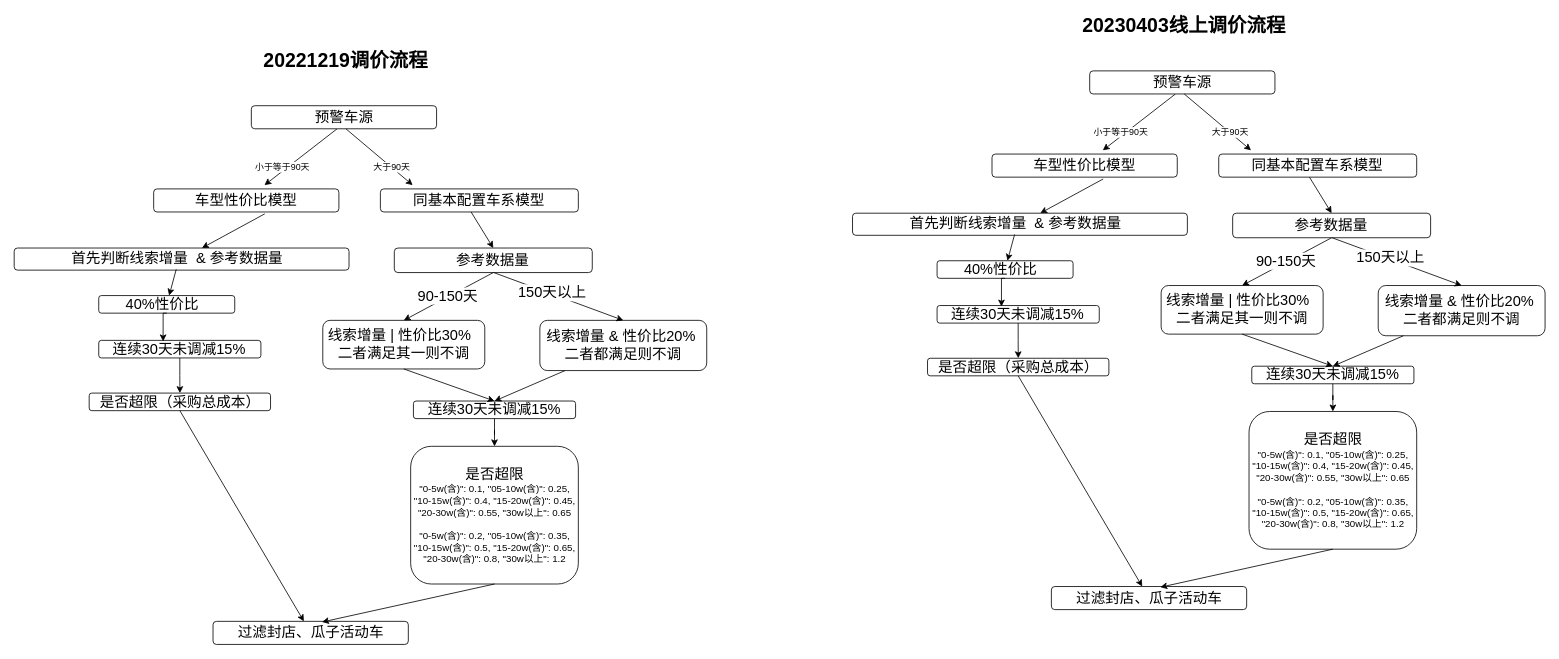
Above: 20221219调价流程.drawio in mrlonely001/gittest (draw.io), before the change. Source tidied: cells renumbered, new cells numbered last; positions are measured from the earlier drawing's top-left corner, leaving out a move shared by most shapes. Both pictures are drawn from the tidied source at 81%, with x=0, y=0 at pixel (14, 14).
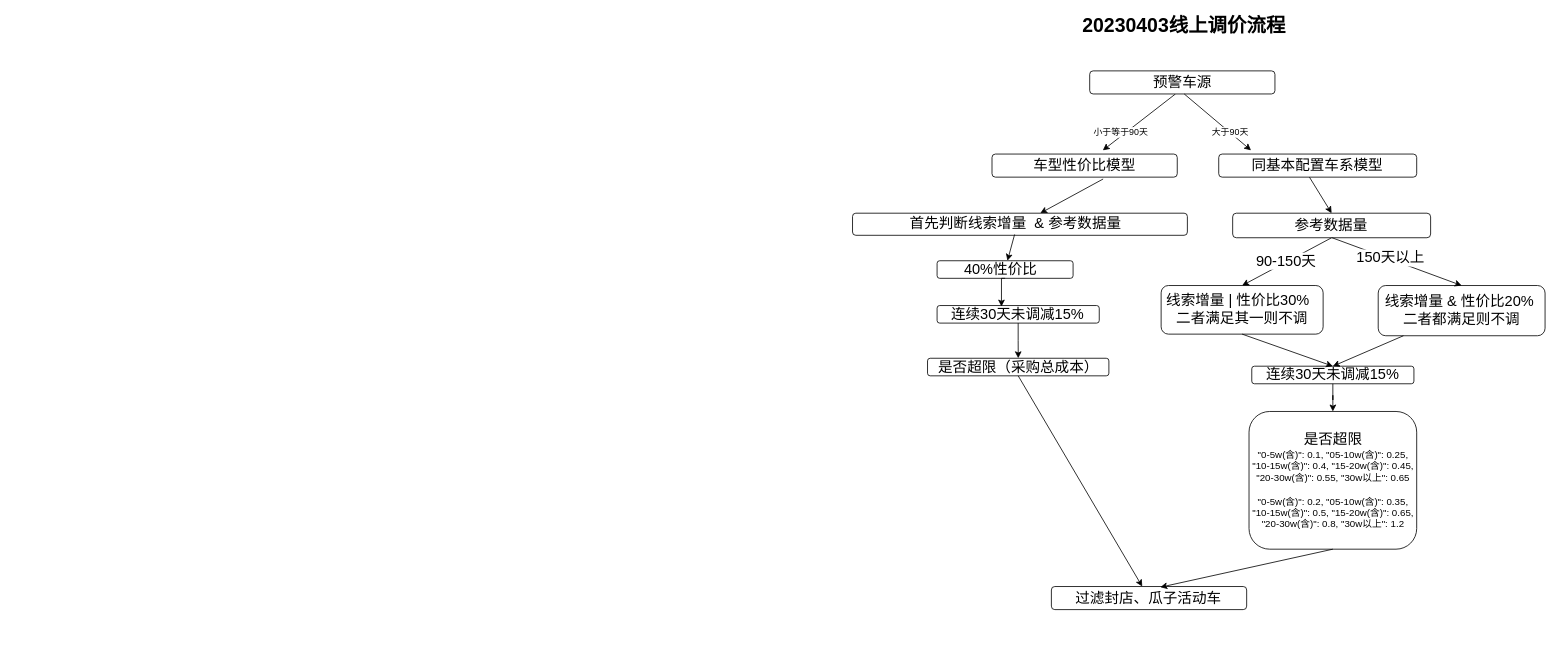
The same page after the edit.

Commit message:
更新20221219调价流程.drawio

The edit, as a diff of the source:
```diff
@@
-    <mxCell id="2" value="&lt;font style=&quot;font-size: 24px;&quot;&gt;&lt;b&gt;20221219调价流程&lt;/b&gt;&lt;/font&gt;" style="text;html=1;strokeColor=none;fillColor=none;align=center;verticalAlign=middle;whiteSpace=wrap;rounded=0;" parent="1" vertex="1">
-      <mxGeometry x="261" y="43" width="297" height="30" as="geometry" />
-    </mxCell>
-    <mxCell id="3" style="endArrow=classic;html=1;rounded=0;" parent="1" edge="1">
-      <mxGeometry relative="1" as="geometry">
-        <mxPoint x="398.7" y="141.5" as="sourcePoint" />
-        <mxPoint x="309" y="211.1" as="targetPoint" />
-      </mxGeometry>
-    </mxCell>
-    <mxCell id="4" value="小于等于90天" style="edgeLabel;html=1;align=center;verticalAlign=middle;" parent="3" vertex="1">
-      <mxGeometry x="0.44" y="-5" relative="1" as="geometry">
-        <mxPoint y="1" as="offset" />
-      </mxGeometry>
-    </mxCell>
-    <mxCell id="5" value="&lt;font style=&quot;font-size: 18px;&quot;&gt;预警车源&lt;/font&gt;" style="rounded=1;whiteSpace=wrap;html=1;" parent="1" vertex="1">
-      <mxGeometry x="292.8" y="113" width="228.7" height="28.5" as="geometry" />
-    </mxCell>
-    <mxCell id="6" style="endArrow=classic;html=1;rounded=0;" parent="1" edge="1">
-      <mxGeometry relative="1" as="geometry">
-        <mxPoint x="409.5" y="141.5" as="sourcePoint" />
-        <mxPoint x="492" y="211.1" as="targetPoint" />
-      </mxGeometry>
-    </mxCell>
-    <mxCell id="7" value="大于90天" style="edgeLabel;html=1;align=center;verticalAlign=middle;" parent="6" vertex="1">
-      <mxGeometry x="0.44" y="-5" relative="1" as="geometry">
-        <mxPoint y="-7" as="offset" />
-      </mxGeometry>
-    </mxCell>
-    <mxCell id="8" value="&lt;font style=&quot;font-size: 18px;&quot;&gt;车型性价比模型&lt;/font&gt;" style="rounded=1;whiteSpace=wrap;html=1;" parent="1" vertex="1">
-      <mxGeometry x="172.2" y="215.7" width="228.7" height="28.5" as="geometry" />
-    </mxCell>
-    <mxCell id="9" value="&lt;font style=&quot;font-size: 18px;&quot;&gt;同基本配置车系模型&lt;/font&gt;" style="rounded=1;whiteSpace=wrap;html=1;" parent="1" vertex="1">
-      <mxGeometry x="452.1" y="215.7" width="244.4" height="28.5" as="geometry" />
-    </mxCell>
-    <mxCell id="10" style="endArrow=classic;html=1;rounded=0;" parent="1" edge="1" target="13">
-      <mxGeometry relative="1" as="geometry">
-        <mxPoint x="309.4" y="246.5" as="sourcePoint" />
-      </mxGeometry>
-    </mxCell>
-    <mxCell id="11" style="endArrow=classic;html=1;rounded=0;entryX=0.5;entryY=0;entryDx=0;entryDy=0;" parent="1" edge="1" target="12">
-      <mxGeometry relative="1" as="geometry">
-        <mxPoint x="564.1" y="244.2" as="sourcePoint" />
-      </mxGeometry>
-    </mxCell>
-    <mxCell id="12" value="&lt;font style=&quot;font-size: 18px;&quot;&gt;参考数据量&lt;/font&gt;" style="rounded=1;whiteSpace=wrap;html=1;" parent="1" vertex="1">
-      <mxGeometry x="469.3" y="288.7" width="244.4" height="30.3" as="geometry" />
-    </mxCell>
-    <mxCell id="13" value="&lt;font style=&quot;font-size: 18px;&quot;&gt;首先判断线索增量&amp;nbsp; &amp;amp;&amp;nbsp;&lt;/font&gt;&lt;span style=&quot;font-size: 18px;&quot;&gt;参考数据量&amp;nbsp;&amp;nbsp;&lt;/span&gt;" style="rounded=1;whiteSpace=wrap;html=1;" parent="1" vertex="1">
-      <mxGeometry y="288.7" width="413.4" height="27.3" as="geometry" />
-    </mxCell>
-    <mxCell id="14" value="&lt;span style=&quot;font-size: 18px;&quot;&gt;40%性价比&amp;nbsp;&amp;nbsp;&lt;/span&gt;" style="rounded=1;whiteSpace=wrap;html=1;" parent="1" vertex="1">
-      <mxGeometry x="104.4" y="347.4" width="167.9" height="21.7" as="geometry" />
-    </mxCell>
-    <mxCell id="15" value="&lt;span style=&quot;font-size: 18px;&quot;&gt;连续30天未调减15%&lt;/span&gt;" style="rounded=1;whiteSpace=wrap;html=1;" parent="1" vertex="1">
-      <mxGeometry x="104.4" y="402.7" width="200.2" height="21.7" as="geometry" />
-    </mxCell>
-    <mxCell id="16" value="&lt;span style=&quot;font-size: 18px;&quot;&gt;连续30天未调减15%&lt;/span&gt;" style="rounded=1;whiteSpace=wrap;html=1;" parent="1" vertex="1">
-      <mxGeometry x="492.9" y="477.6" width="200.2" height="21.7" as="geometry" />
-    </mxCell>
-    <mxCell id="17" value="&lt;span style=&quot;font-size: 18px;&quot;&gt;是否超限（采购总成本）&lt;/span&gt;" style="rounded=1;whiteSpace=wrap;html=1;" parent="1" vertex="1">
-      <mxGeometry x="92.6" y="467.8" width="223.9" height="21.7" as="geometry" />
-    </mxCell>
-    <mxCell id="18" style="edgeStyle=orthogonalEdgeStyle;rounded=0;jettySize=auto;html=1;fontSize=18;" parent="1" edge="1" source="15" target="17">
-      <mxGeometry relative="1" as="geometry" />
-    </mxCell>
-    <mxCell id="19" value="&lt;span style=&quot;font-size: 18px;&quot;&gt;是否超限&lt;/span&gt;&lt;br&gt;&lt;font style=&quot;font-size: 12px;&quot;&gt;&quot;0-5w(含)&quot;: 0.1, &quot;05-10w(含)&quot;: 0.25, &quot;10-15w(含)&quot;: 0.4, &quot;15-20w(含)&quot;: 0.45, &quot;20-30w(含)&quot;: 0.55, &quot;30w以上&quot;: 0.65&lt;/font&gt;&lt;br&gt;&lt;br&gt;&quot;0-5w(含)&quot;: 0.2, &quot;05-10w(含)&quot;: 0.35, &quot;10-15w(含)&quot;: 0.5, &quot;15-20w(含)&quot;: 0.65, &quot;20-30w(含)&quot;: 0.8, &quot;30w以上&quot;: 1.2" style="rounded=1;whiteSpace=wrap;html=1;" parent="1" vertex="1">
-      <mxGeometry x="489.5" y="533.5" width="207" height="170" as="geometry" />
-    </mxCell>
-    <mxCell id="20" style="edgeStyle=orthogonalEdgeStyle;rounded=0;jettySize=auto;html=1;fontSize=18;" parent="1" edge="1" source="16" target="19">
-      <mxGeometry relative="1" as="geometry" />
-    </mxCell>
-    <mxCell id="21" value="&lt;span style=&quot;font-size: 18px;&quot;&gt;过滤封店、瓜子活动车&lt;/span&gt;" style="rounded=1;whiteSpace=wrap;html=1;" parent="1" vertex="1">
-      <mxGeometry x="245.5" y="749.6" width="241.1" height="28.5" as="geometry" />
-    </mxCell>
-    <mxCell id="22" style="endArrow=classic;html=1;rounded=0;exitX=0.5;exitY=1;exitDx=0;exitDy=0;" parent="1" edge="1" source="17" target="21">
-      <mxGeometry relative="1" as="geometry" />
-    </mxCell>
-    <mxCell id="23" style="endArrow=classic;html=1;rounded=0;entryX=0.558;entryY=0.03;entryDx=0;entryDy=0;entryPerimeter=0;exitX=0.5;exitY=1;exitDx=0;exitDy=0;" parent="1" edge="1" source="19" target="21">
-      <mxGeometry relative="1" as="geometry" />
-    </mxCell>
-    <mxCell id="24" value="&lt;span style=&quot;font-size: 18px;&quot;&gt;线索增量 | 性价比30%&amp;nbsp;&amp;nbsp;&lt;br&gt;二者满足其一则不调&lt;br&gt;&lt;/span&gt;" style="whiteSpace=wrap;html=1;rounded=1;" parent="1" vertex="1">
-      <mxGeometry x="381" y="378" width="200" height="60" as="geometry" />
-    </mxCell>
-    <mxCell id="25" value="&lt;font style=&quot;font-size: 18px;&quot;&gt;线索增量 &amp;amp; 性价比20%&amp;nbsp;&lt;br&gt;二者都满足则不调&lt;br&gt;&lt;/font&gt;" style="whiteSpace=wrap;html=1;rounded=1;" parent="1" vertex="1">
-      <mxGeometry x="649" y="378" width="206" height="62" as="geometry" />
-    </mxCell>
-    <mxCell id="26" style="endArrow=classic;html=1;rounded=0;exitX=0.5;exitY=1;exitDx=0;exitDy=0;entryX=0.5;entryY=0;entryDx=0;entryDy=0;" parent="1" edge="1" source="12" target="24">
-      <mxGeometry relative="1" as="geometry" />
-    </mxCell>
-    <mxCell id="27" value="90-150天" style="edgeLabel;html=1;align=center;verticalAlign=middle;fontSize=18;" parent="26" vertex="1">
-      <mxGeometry x="0.34" y="-2" relative="1" as="geometry">
-        <mxPoint x="18" y="-9" as="offset" />
-      </mxGeometry>
-    </mxCell>
-    <mxCell id="28" style="endArrow=classic;html=1;rounded=0;entryX=0.5;entryY=0;entryDx=0;entryDy=0;" parent="1" edge="1" target="25">
-      <mxGeometry relative="1" as="geometry">
-        <mxPoint x="592" y="319" as="sourcePoint" />
-      </mxGeometry>
-    </mxCell>
-    <mxCell id="29" value="150天以上" style="edgeLabel;html=1;align=center;verticalAlign=middle;fontSize=18;" parent="28" vertex="1">
-      <mxGeometry x="-0.23" y="2" relative="1" as="geometry">
-        <mxPoint x="9" y="4" as="offset" />
-      </mxGeometry>
-    </mxCell>
-    <mxCell id="30" style="endArrow=classic;html=1;rounded=0;exitX=0.5;exitY=1;exitDx=0;exitDy=0;entryX=0.5;entryY=0;entryDx=0;entryDy=0;" parent="1" edge="1" source="24" target="16">
-      <mxGeometry relative="1" as="geometry" />
-    </mxCell>
-    <mxCell id="31" style="endArrow=classic;html=1;rounded=0;entryX=0.5;entryY=0;entryDx=0;entryDy=0;" parent="1" edge="1" source="25" target="16">
-      <mxGeometry relative="1" as="geometry" />
-    </mxCell>
-    <mxCell id="32" style="edgeStyle=orthogonalEdgeStyle;rounded=0;jettySize=auto;html=1;fontSize=18;exitX=0.5;exitY=1;exitDx=0;exitDy=0;entryX=0.397;entryY=0.058;entryDx=0;entryDy=0;entryPerimeter=0;" parent="1" edge="1" source="14" target="15">
-      <mxGeometry relative="1" as="geometry" />
-    </mxCell>
-    <mxCell id="33" style="endArrow=classic;html=1;rounded=0;fontSize=18;exitX=0.484;exitY=0.963;exitDx=0;exitDy=0;exitPerimeter=0;" parent="1" edge="1" source="13" target="14">
-      <mxGeometry relative="1" as="geometry" />
-    </mxCell>
```
